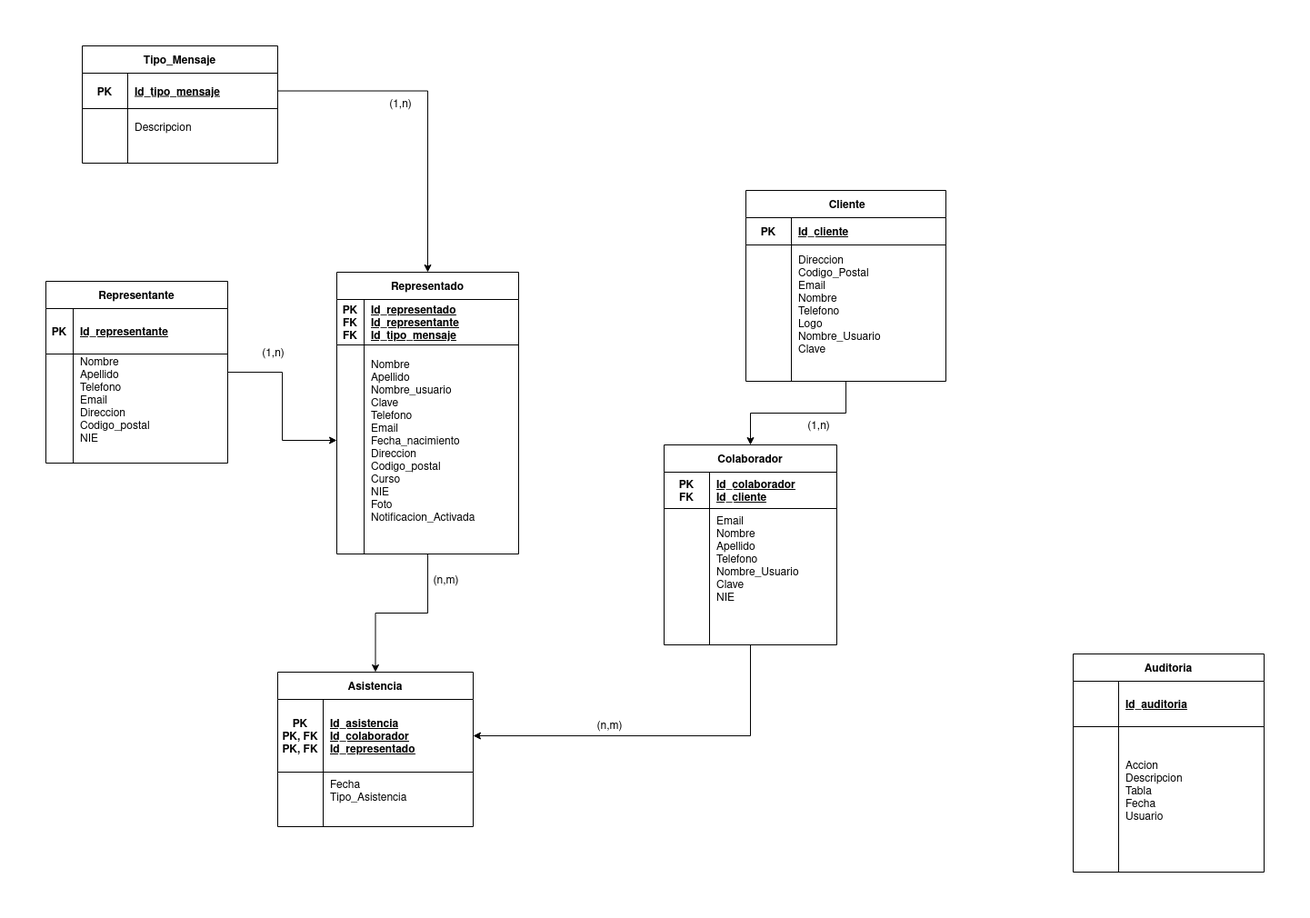
Before: PGL/App-ScAnttendees/img/ScAnttendees.drawio.png, a diagram exported from draw.io (dereck043/DAM2-Projects). Source tidied: cells renumbered, new cells last; positions are measured from the earlier drawing's top-left corner, leaving out a move shared by most shapes.
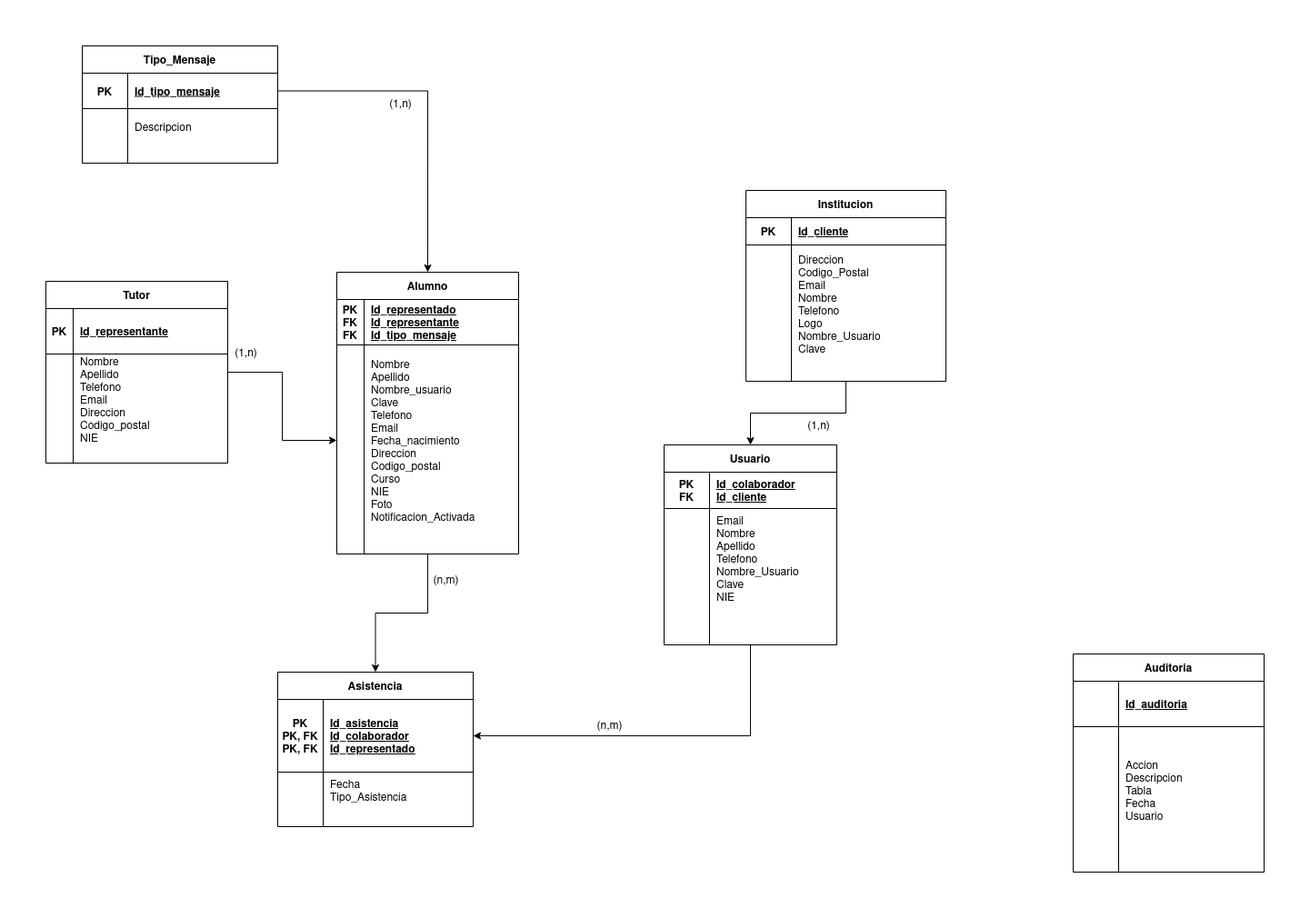
After the commit.

What changed in the source:
```diff
@@ -5,7 +5,7 @@
     <mxCell id="2" style="edgeStyle=orthogonalEdgeStyle;rounded=0;jettySize=auto;html=1;entryX=0.5;entryY=0;entryDx=0;entryDy=0;" parent="1" edge="1" source="3" target="35">
       <mxGeometry relative="1" as="geometry" />
     </mxCell>
-    <mxCell id="3" value="Representado" style="shape=table;startSize=30;rowLines=0;fontStyle=1;align=center;" parent="1" vertex="1">
+    <mxCell id="3" value="Alumno" style="shape=table;startSize=30;rowLines=0;fontStyle=1;align=center;" parent="1" vertex="1">
       <mxGeometry x="320" y="249" width="200" height="310" as="geometry" />
     </mxCell>
     <mxCell id="4" style="shape=partialRectangle;fillColor=none;top=0;left=0;right=0;bottom=1;" parent="3" vertex="1">
@@ -38,7 +38,7 @@
     <mxCell id="13" style="edgeStyle=orthogonalEdgeStyle;rounded=0;jettySize=auto;html=1;" parent="1" edge="1" source="14" target="36">
       <mxGeometry relative="1" as="geometry" />
     </mxCell>
-    <mxCell id="14" value="Colaborador" style="shape=table;startSize=30;rowLines=0;fontStyle=1;align=center;" parent="1" vertex="1">
+    <mxCell id="14" value="Usuario" style="shape=table;startSize=30;rowLines=0;fontStyle=1;align=center;" parent="1" vertex="1">
       <mxGeometry x="680" y="439" width="190" height="220" as="geometry" />
     </mxCell>
     <mxCell id="15" style="shape=partialRectangle;fillColor=none;top=0;left=0;right=0;bottom=1;" parent="14" vertex="1">
@@ -71,7 +71,7 @@
     <mxCell id="24" style="edgeStyle=orthogonalEdgeStyle;rounded=0;jettySize=auto;html=1;entryX=0.5;entryY=0;entryDx=0;entryDy=0;" parent="1" edge="1" source="25" target="14">
       <mxGeometry relative="1" as="geometry" />
     </mxCell>
-    <mxCell id="25" value=" Cliente" style="shape=table;startSize=30;rowLines=0;fontStyle=1;align=center;" parent="1" vertex="1">
+    <mxCell id="25" value="Institucion" style="shape=table;startSize=30;rowLines=0;fontStyle=1;align=center;" parent="1" vertex="1">
       <mxGeometry x="770" y="159" width="220" height="210" as="geometry" />
     </mxCell>
     <mxCell id="26" style="shape=partialRectangle;fillColor=none;top=0;left=0;right=0;bottom=1;" parent="25" vertex="1">
@@ -134,7 +134,7 @@
     <mxCell id="45" style="edgeStyle=orthogonalEdgeStyle;rounded=0;jettySize=auto;html=1;entryX=0;entryY=0.5;entryDx=0;entryDy=0;" parent="1" edge="1" source="46" target="7">
       <mxGeometry relative="1" as="geometry" />
     </mxCell>
-    <mxCell id="46" value="Representante" style="shape=table;startSize=30;rowLines=0;fontStyle=1;align=center;" parent="1" vertex="1">
+    <mxCell id="46" value="Tutor" style="shape=table;startSize=30;rowLines=0;fontStyle=1;align=center;" parent="1" vertex="1">
       <mxGeometry y="259" width="200" height="200" as="geometry" />
     </mxCell>
     <mxCell id="47" style="shape=partialRectangle;fillColor=none;top=0;left=0;right=0;bottom=1;" parent="46" vertex="1">
@@ -240,7 +240,7 @@
       <mxGeometry x="370" y="54.5" width="40" height="20" as="geometry" />
     </mxCell>
     <mxCell id="81" value="(1,n)" style="text;html=1;align=center;verticalAlign=middle;strokeColor=none;fillColor=none;" parent="1" vertex="1">
-      <mxGeometry x="230" y="329" width="40" height="20" as="geometry" />
+      <mxGeometry x="200" y="329" width="40" height="20" as="geometry" />
     </mxCell>
   </root>
 </mxGraphModel>
```
